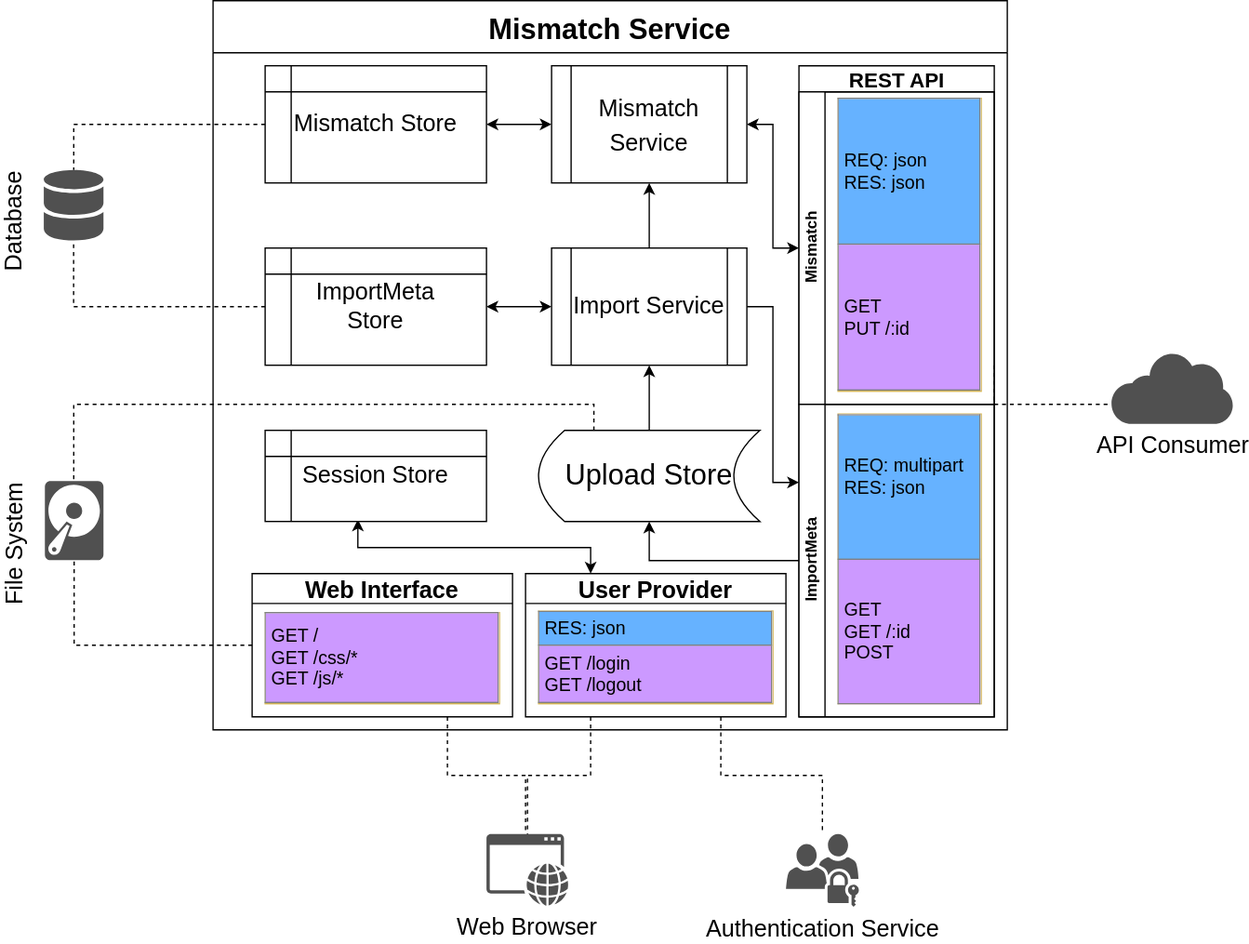
This is docs/diagrams/mismatch_service.drawio.svg from wmde/wikidata-mismatch-finder, a draw.io export, as it was before one commit. Source tidied: cells renumbered, new cells last; positions are measured from the earlier drawing's top-left corner, leaving out a move shared by most shapes. The source it was exported from:
```xml
<mxGraphModel>
  <root>
    <mxCell id="0" />
    <mxCell id="1" parent="0" />
    <mxCell id="2" value="Mismatch Service" style="swimlane;fontSize=22;startSize=40;" parent="1" vertex="1">
      <mxGeometry x="130" width="610" height="560" as="geometry" />
    </mxCell>
    <mxCell id="3" value="&lt;font style=&quot;font-size: 16px&quot;&gt;REST API&lt;/font&gt;" style="swimlane;html=1;horizontal=1;startSize=20;fontSize=22;" parent="2" vertex="1">
      <mxGeometry x="450" y="50" width="150" height="500" as="geometry" />
    </mxCell>
    <mxCell id="4" value="Mismatch" style="swimlane;html=1;startSize=20;horizontal=0;" parent="3" vertex="1">
      <mxGeometry y="20" width="150" height="240" as="geometry" />
    </mxCell>
    <mxCell id="5" value="&lt;table border=&quot;1&quot; width=&quot;100%&quot; cellpadding=&quot;4&quot; style=&quot;width: 100% ; height: 100% ; border-collapse: collapse ; font-size: 14px&quot;&gt;&lt;tbody&gt;&lt;tr&gt;&lt;td style=&quot;background-color: rgb(102 , 178 , 255)&quot;&gt;REQ: json&lt;br&gt;RES: json&lt;/td&gt;&lt;/tr&gt;&lt;tr&gt;&lt;td style=&quot;background-color: rgb(204 , 153 , 255)&quot;&gt;GET&lt;br&gt;PUT /:id&lt;/td&gt;&lt;/tr&gt;&lt;/tbody&gt;&lt;/table&gt;" style="text;html=1;strokeColor=#d6b656;overflow=fill;fontSize=22;labelBackgroundColor=#ffffff;fillColor=#ffffff;" parent="4" vertex="1">
      <mxGeometry x="30" y="5" width="110" height="225" as="geometry" />
    </mxCell>
    <mxCell id="6" value="ImportMeta" style="swimlane;html=1;startSize=20;horizontal=0;" parent="3" vertex="1">
      <mxGeometry y="260" width="150" height="240" as="geometry" />
    </mxCell>
    <mxCell id="7" value="&lt;table border=&quot;1&quot; width=&quot;100%&quot; cellpadding=&quot;4&quot; style=&quot;width: 100% ; height: 100% ; border-collapse: collapse ; font-size: 14px&quot;&gt;&lt;tbody&gt;&lt;tr&gt;&lt;td style=&quot;background-color: rgb(102 , 178 , 255)&quot;&gt;REQ: multipart&lt;br&gt;RES: json&lt;br&gt;&lt;br&gt;&lt;/td&gt;&lt;/tr&gt;&lt;tr&gt;&lt;td style=&quot;background-color: rgb(204 , 153 , 255)&quot;&gt;GET&lt;br&gt;GET /:id&lt;br&gt;POST&lt;br&gt;&lt;/td&gt;&lt;/tr&gt;&lt;/tbody&gt;&lt;/table&gt;" style="text;html=1;strokeColor=#d6b656;overflow=fill;fontSize=22;labelBackgroundColor=#ffffff;fillColor=#ffffff;" parent="6" vertex="1">
      <mxGeometry x="30" y="7.5" width="110" height="222.5" as="geometry" />
    </mxCell>
    <mxCell id="8" style="edgeStyle=orthogonalEdgeStyle;rounded=0;jettySize=auto;html=1;exitX=0;exitY=0.5;exitDx=0;exitDy=0;entryX=1;entryY=0.5;entryDx=0;entryDy=0;startArrow=classic;startFill=1;fontSize=18;" parent="2" edge="1" source="9" target="13">
      <mxGeometry relative="1" as="geometry" />
    </mxCell>
    <mxCell id="9" value="&lt;font style=&quot;font-size: 18px&quot;&gt;Mismatch Service&lt;/font&gt;" style="shape=process;whiteSpace=wrap;html=1;backgroundOutline=1;labelBackgroundColor=none;fillColor=#ffffff;fontSize=22;" parent="2" vertex="1">
      <mxGeometry x="260" y="50" width="150" height="90" as="geometry" />
    </mxCell>
    <mxCell id="10" style="edgeStyle=orthogonalEdgeStyle;rounded=0;jettySize=auto;html=1;exitX=0.5;exitY=0;exitDx=0;exitDy=0;entryX=0.5;entryY=1;entryDx=0;entryDy=0;startArrow=none;startFill=0;fontSize=18;endArrow=classic;endFill=1;" parent="2" edge="1" source="12" target="9">
      <mxGeometry relative="1" as="geometry" />
    </mxCell>
    <mxCell id="11" style="edgeStyle=orthogonalEdgeStyle;rounded=0;jettySize=auto;html=1;exitX=1;exitY=0.5;exitDx=0;exitDy=0;entryX=0;entryY=0.25;entryDx=0;entryDy=0;startArrow=none;startFill=0;fontSize=18;" parent="2" edge="1" source="12" target="6">
      <mxGeometry relative="1" as="geometry" />
    </mxCell>
    <mxCell id="12" value="Import Service" style="shape=process;whiteSpace=wrap;html=1;backgroundOutline=1;labelBackgroundColor=none;fillColor=#ffffff;fontSize=18;" parent="2" vertex="1">
      <mxGeometry x="260" y="190" width="150" height="90" as="geometry" />
    </mxCell>
    <mxCell id="13" value="Mismatch Store" style="shape=internalStorage;whiteSpace=wrap;html=1;backgroundOutline=1;labelBackgroundColor=none;fillColor=#ffffff;fontSize=18;" parent="2" vertex="1">
      <mxGeometry x="40" y="50" width="170" height="90" as="geometry" />
    </mxCell>
    <mxCell id="14" style="edgeStyle=orthogonalEdgeStyle;rounded=0;jettySize=auto;html=1;exitX=1;exitY=0.5;exitDx=0;exitDy=0;entryX=0;entryY=0.5;entryDx=0;entryDy=0;startArrow=classic;startFill=1;fontSize=18;" parent="2" edge="1" source="15" target="12">
      <mxGeometry relative="1" as="geometry" />
    </mxCell>
    <mxCell id="15" value="ImportMeta &lt;br&gt;Store" style="shape=internalStorage;whiteSpace=wrap;html=1;backgroundOutline=1;labelBackgroundColor=none;fillColor=#ffffff;fontSize=18;" parent="2" vertex="1">
      <mxGeometry x="40" y="190" width="170" height="90" as="geometry" />
    </mxCell>
    <mxCell id="16" style="edgeStyle=orthogonalEdgeStyle;rounded=0;jettySize=auto;html=1;exitX=0.5;exitY=0;exitDx=0;exitDy=0;startArrow=none;startFill=0;fontSize=18;" parent="2" edge="1" source="17" target="12">
      <mxGeometry relative="1" as="geometry" />
    </mxCell>
    <mxCell id="17" value="Upload Store" style="shape=dataStorage;whiteSpace=wrap;html=1;fixedSize=1;labelBackgroundColor=none;fillColor=#ffffff;fontSize=22;" parent="2" vertex="1">
      <mxGeometry x="250" y="330" width="170" height="70" as="geometry" />
    </mxCell>
    <mxCell id="18" style="edgeStyle=orthogonalEdgeStyle;rounded=0;jettySize=auto;html=1;exitX=0.25;exitY=0;exitDx=0;exitDy=0;entryX=0.419;entryY=0.978;entryDx=0;entryDy=0;entryPerimeter=0;fontSize=18;startArrow=classic;startFill=1;" parent="2" edge="1" source="19" target="24">
      <mxGeometry relative="1" as="geometry" />
    </mxCell>
    <mxCell id="19" value="User Provider" style="swimlane;labelBackgroundColor=none;fillColor=#ffffff;fontSize=18;" parent="2" vertex="1">
      <mxGeometry x="240" y="440" width="200" height="110" as="geometry" />
    </mxCell>
    <mxCell id="20" value="&lt;table border=&quot;1&quot; width=&quot;100%&quot; cellpadding=&quot;4&quot; style=&quot;width: 100% ; height: 100% ; border-collapse: collapse ; font-size: 14px&quot;&gt;&lt;tbody&gt;&lt;tr&gt;&lt;td style=&quot;background-color: rgb(102 , 178 , 255)&quot;&gt;RES: json&lt;br&gt;&lt;/td&gt;&lt;/tr&gt;&lt;tr&gt;&lt;td style=&quot;background-color: rgb(204 , 153 , 255)&quot;&gt;GET /login&lt;br&gt;GET /logout&lt;/td&gt;&lt;/tr&gt;&lt;/tbody&gt;&lt;/table&gt;" style="text;html=1;strokeColor=#d6b656;overflow=fill;fontSize=22;labelBackgroundColor=#ffffff;fillColor=#ffffff;" parent="19" vertex="1">
      <mxGeometry x="10" y="28.8" width="180" height="71.2" as="geometry" />
    </mxCell>
    <mxCell id="21" value="Web Interface" style="swimlane;labelBackgroundColor=none;fillColor=#ffffff;fontSize=18;" parent="2" vertex="1">
      <mxGeometry x="30" y="440" width="200" height="110" as="geometry" />
    </mxCell>
    <mxCell id="22" value="&lt;table border=&quot;1&quot; width=&quot;100%&quot; cellpadding=&quot;4&quot; style=&quot;width: 100% ; height: 100% ; border-collapse: collapse ; font-size: 14px&quot;&gt;&lt;tbody&gt;&lt;tr&gt;&lt;td style=&quot;background-color: rgb(204 , 153 , 255)&quot;&gt;GET /&lt;br&gt;GET /css/*&lt;br&gt;GET /js/*&lt;/td&gt;&lt;/tr&gt;&lt;/tbody&gt;&lt;/table&gt;" style="text;html=1;strokeColor=#d6b656;overflow=fill;fontSize=22;labelBackgroundColor=#ffffff;fillColor=#ffffff;" parent="21" vertex="1">
      <mxGeometry x="10" y="30" width="180" height="70" as="geometry" />
    </mxCell>
    <mxCell id="23" style="edgeStyle=orthogonalEdgeStyle;rounded=0;jettySize=auto;html=1;exitX=0;exitY=0.25;exitDx=0;exitDy=0;entryX=0.5;entryY=1;entryDx=0;entryDy=0;fontSize=18;" parent="2" edge="1" target="17">
      <mxGeometry relative="1" as="geometry">
        <mxPoint x="450" y="430" as="sourcePoint" />
      </mxGeometry>
    </mxCell>
    <mxCell id="24" value="Session Store" style="shape=internalStorage;whiteSpace=wrap;html=1;backgroundOutline=1;labelBackgroundColor=none;fillColor=#ffffff;fontSize=18;" parent="2" vertex="1">
      <mxGeometry x="40" y="330" width="170" height="70" as="geometry" />
    </mxCell>
    <mxCell id="25" style="edgeStyle=orthogonalEdgeStyle;rounded=0;jettySize=auto;html=1;entryX=1;entryY=0.5;entryDx=0;entryDy=0;startArrow=classic;startFill=1;fontSize=18;" parent="2" edge="1" source="4" target="9">
      <mxGeometry relative="1" as="geometry" />
    </mxCell>
    <mxCell id="26" value="API Consumer" style="shadow=0;dashed=0;html=1;strokeColor=none;fillColor=#505050;labelPosition=center;verticalLabelPosition=bottom;outlineConnect=0;verticalAlign=top;align=center;shape=mxgraph.office.clouds.private_cloud;labelBackgroundColor=none;fontSize=18;" parent="1" vertex="1">
      <mxGeometry x="820" y="270" width="94" height="55" as="geometry" />
    </mxCell>
    <mxCell id="27" value="Database" style="shadow=0;dashed=0;html=1;strokeColor=none;fillColor=#505050;labelPosition=left;verticalLabelPosition=middle;verticalAlign=middle;outlineConnect=0;align=right;shape=mxgraph.office.databases.database_mini_2;labelBackgroundColor=none;fontSize=18;horizontal=0;" parent="1" vertex="1">
      <mxGeometry y="130" width="45.8" height="55" as="geometry" />
    </mxCell>
    <mxCell id="28" value="Authentication Service" style="shadow=0;dashed=0;html=1;strokeColor=none;fillColor=#505050;labelPosition=center;verticalLabelPosition=bottom;verticalAlign=top;outlineConnect=0;align=center;shape=mxgraph.office.servers.universal_security_group;labelBackgroundColor=none;fontSize=18;" parent="1" vertex="1">
      <mxGeometry x="570" y="640" width="56" height="56" as="geometry" />
    </mxCell>
    <mxCell id="29" value="Web Browser" style="shadow=0;dashed=0;html=1;strokeColor=none;fillColor=#505050;labelPosition=center;verticalLabelPosition=bottom;verticalAlign=top;outlineConnect=0;align=center;shape=mxgraph.office.concepts.application_web;labelBackgroundColor=none;fontSize=18;" parent="1" vertex="1">
      <mxGeometry x="340" y="640" width="62.9" height="55" as="geometry" />
    </mxCell>
    <mxCell id="30" value="File System" style="shadow=0;dashed=0;html=1;strokeColor=none;fillColor=#505050;labelPosition=left;verticalLabelPosition=middle;verticalAlign=middle;outlineConnect=0;align=right;shape=mxgraph.office.devices.hard_disk;labelBackgroundColor=none;fontSize=18;horizontal=0;" parent="1" vertex="1">
      <mxGeometry x="0.8" y="369" width="45" height="60.8" as="geometry" />
    </mxCell>
    <mxCell id="31" style="edgeStyle=orthogonalEdgeStyle;rounded=0;jettySize=auto;html=1;exitX=0.25;exitY=0;exitDx=0;exitDy=0;startArrow=none;startFill=0;fontSize=18;dashed=1;endArrow=none;endFill=0;" parent="1" edge="1" source="17" target="30">
      <mxGeometry relative="1" as="geometry">
        <Array as="points">
          <mxPoint x="423" y="310" />
          <mxPoint x="23" y="310" />
        </Array>
      </mxGeometry>
    </mxCell>
    <mxCell id="32" style="edgeStyle=orthogonalEdgeStyle;rounded=0;jettySize=auto;html=1;exitX=0;exitY=0.5;exitDx=0;exitDy=0;dashed=1;startArrow=none;startFill=0;endArrow=none;endFill=0;fontSize=18;" parent="1" edge="1" source="21" target="30">
      <mxGeometry relative="1" as="geometry" />
    </mxCell>
    <mxCell id="33" style="edgeStyle=orthogonalEdgeStyle;rounded=0;jettySize=auto;html=1;dashed=1;startArrow=none;startFill=0;endArrow=none;endFill=0;fontSize=18;" parent="1" edge="1" target="26">
      <mxGeometry relative="1" as="geometry">
        <mxPoint x="730" y="280" as="sourcePoint" />
        <Array as="points">
          <mxPoint x="730" y="310" />
          <mxPoint x="867" y="310" />
        </Array>
      </mxGeometry>
    </mxCell>
    <mxCell id="34" style="edgeStyle=orthogonalEdgeStyle;rounded=0;jettySize=auto;html=1;exitX=0.75;exitY=1;exitDx=0;exitDy=0;dashed=1;startArrow=none;startFill=0;endArrow=none;endFill=0;fontSize=18;" parent="1" edge="1" source="19" target="28">
      <mxGeometry relative="1" as="geometry" />
    </mxCell>
    <mxCell id="35" style="edgeStyle=orthogonalEdgeStyle;rounded=0;jettySize=auto;html=1;exitX=0.25;exitY=1;exitDx=0;exitDy=0;dashed=1;startArrow=none;startFill=0;endArrow=none;endFill=0;fontSize=18;" parent="1" edge="1" source="19" target="29">
      <mxGeometry relative="1" as="geometry" />
    </mxCell>
    <mxCell id="36" style="edgeStyle=orthogonalEdgeStyle;rounded=0;jettySize=auto;html=1;exitX=0.75;exitY=1;exitDx=0;exitDy=0;dashed=1;startArrow=none;startFill=0;endArrow=none;endFill=0;fontSize=18;" parent="1" edge="1" source="21">
      <mxGeometry relative="1" as="geometry">
        <mxPoint x="370" y="640" as="targetPoint" />
      </mxGeometry>
    </mxCell>
    <mxCell id="37" style="edgeStyle=orthogonalEdgeStyle;rounded=0;jettySize=auto;html=1;exitX=0;exitY=0.5;exitDx=0;exitDy=0;dashed=1;startArrow=none;startFill=0;endArrow=none;endFill=0;fontSize=18;" parent="1" edge="1" source="13" target="27">
      <mxGeometry relative="1" as="geometry">
        <Array as="points">
          <mxPoint x="23" y="95" />
        </Array>
      </mxGeometry>
    </mxCell>
    <mxCell id="38" style="edgeStyle=orthogonalEdgeStyle;rounded=0;jettySize=auto;html=1;exitX=0;exitY=0.5;exitDx=0;exitDy=0;dashed=1;startArrow=none;startFill=0;endArrow=none;endFill=0;fontSize=18;" parent="1" edge="1" source="15" target="27">
      <mxGeometry relative="1" as="geometry" />
    </mxCell>
  </root>
</mxGraphModel>
```
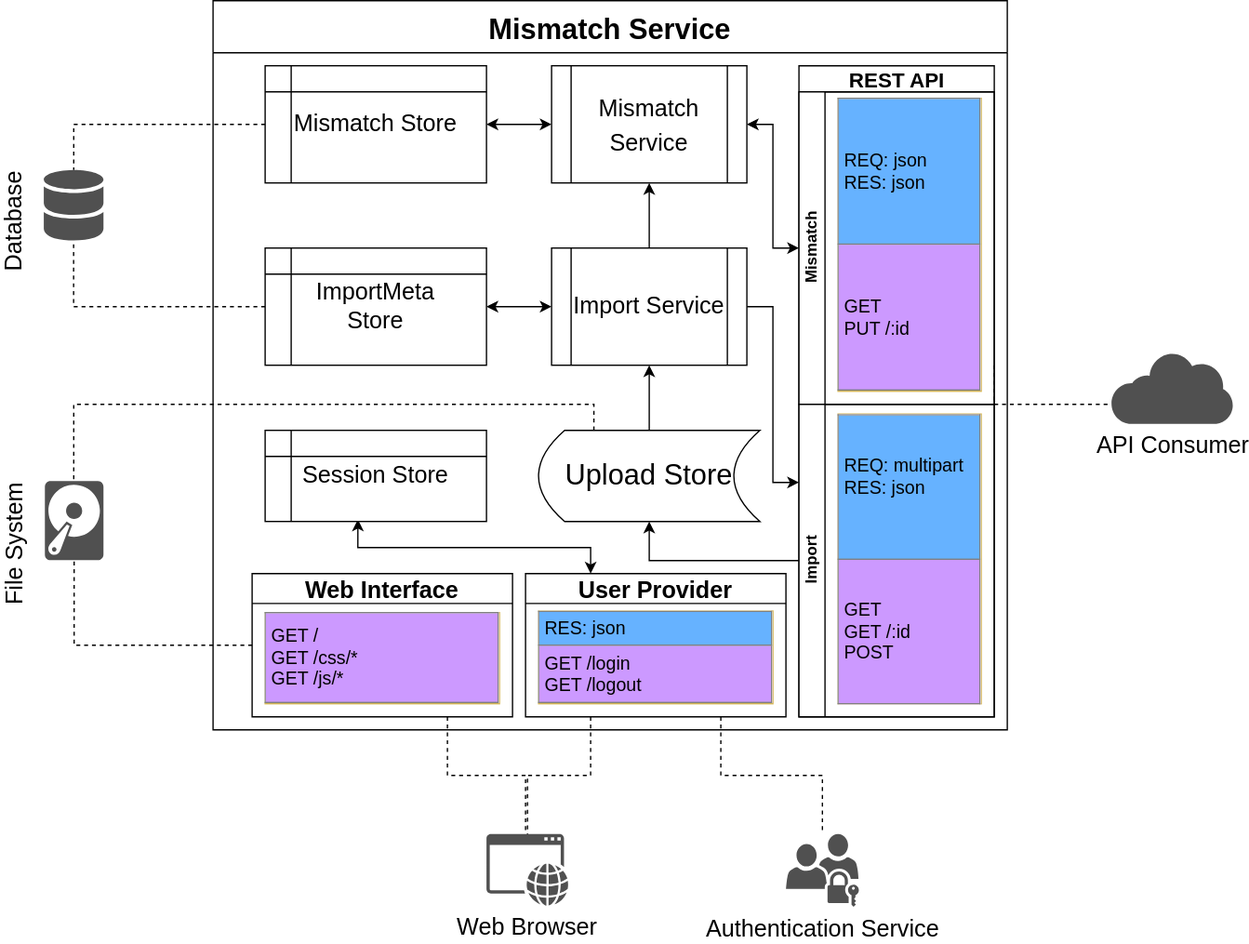
After the commit.

Commit message:
Rename ImportMeta resource to Import

The edit, as a diff of the source:
```diff
@@ -14,7 +14,7 @@
     <mxCell id="5" value="&lt;table border=&quot;1&quot; width=&quot;100%&quot; cellpadding=&quot;4&quot; style=&quot;width: 100% ; height: 100% ; border-collapse: collapse ; font-size: 14px&quot;&gt;&lt;tbody&gt;&lt;tr&gt;&lt;td style=&quot;background-color: rgb(102 , 178 , 255)&quot;&gt;REQ: json&lt;br&gt;RES: json&lt;/td&gt;&lt;/tr&gt;&lt;tr&gt;&lt;td style=&quot;background-color: rgb(204 , 153 , 255)&quot;&gt;GET&lt;br&gt;PUT /:id&lt;/td&gt;&lt;/tr&gt;&lt;/tbody&gt;&lt;/table&gt;" style="text;html=1;strokeColor=#d6b656;overflow=fill;fontSize=22;labelBackgroundColor=#ffffff;fillColor=#ffffff;" parent="4" vertex="1">
       <mxGeometry x="30" y="5" width="110" height="225" as="geometry" />
     </mxCell>
-    <mxCell id="6" value="ImportMeta" style="swimlane;html=1;startSize=20;horizontal=0;" parent="3" vertex="1">
+    <mxCell id="6" value="Import" style="swimlane;html=1;startSize=20;horizontal=0;" parent="3" vertex="1">
       <mxGeometry y="260" width="150" height="240" as="geometry" />
     </mxCell>
     <mxCell id="7" value="&lt;table border=&quot;1&quot; width=&quot;100%&quot; cellpadding=&quot;4&quot; style=&quot;width: 100% ; height: 100% ; border-collapse: collapse ; font-size: 14px&quot;&gt;&lt;tbody&gt;&lt;tr&gt;&lt;td style=&quot;background-color: rgb(102 , 178 , 255)&quot;&gt;REQ: multipart&lt;br&gt;RES: json&lt;br&gt;&lt;br&gt;&lt;/td&gt;&lt;/tr&gt;&lt;tr&gt;&lt;td style=&quot;background-color: rgb(204 , 153 , 255)&quot;&gt;GET&lt;br&gt;GET /:id&lt;br&gt;POST&lt;br&gt;&lt;/td&gt;&lt;/tr&gt;&lt;/tbody&gt;&lt;/table&gt;" style="text;html=1;strokeColor=#d6b656;overflow=fill;fontSize=22;labelBackgroundColor=#ffffff;fillColor=#ffffff;" parent="6" vertex="1">
```
